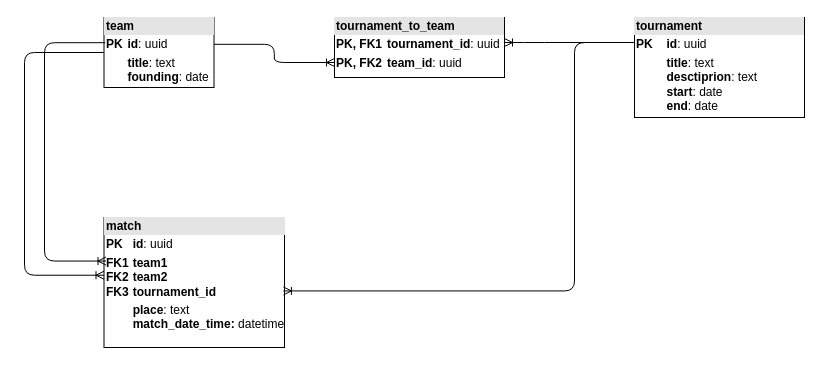
This is er.drawio from anonim767bn/django-project, a draw.io file, before an edit. Source tidied: cells renumbered, new cells numbered last; positions are measured from the earlier drawing's top-left corner, leaving out a move shared by most shapes. Both pictures are drawn from the tidied source at 100%, with x=0, y=0 at pixel (24, 17).
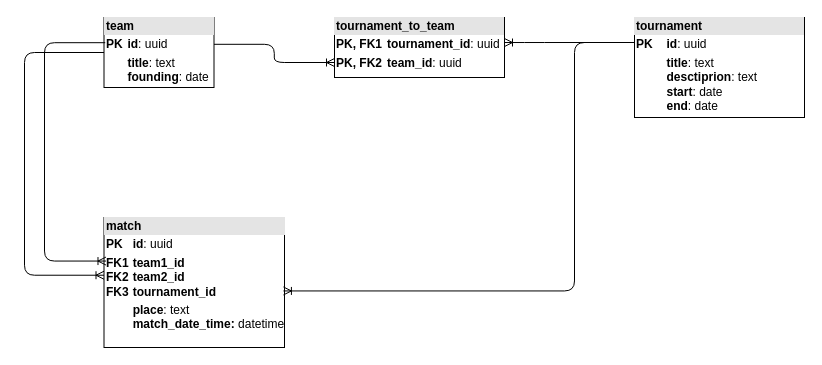
After the change.

What changed in the source:
```diff
@@
 <mxGraphModel>
   <root>
     <mxCell id="0" />
     <mxCell id="1" parent="0" />
     <mxCell id="2" style="edgeStyle=orthogonalEdgeStyle;fontSize=12;html=1;endArrow=ERoneToMany;fontColor=#000000;entryX=0;entryY=0.75;entryDx=0;entryDy=0;exitX=0.996;exitY=0.383;exitDx=0;exitDy=0;exitPerimeter=0;" parent="1" edge="1" source="3" target="5">
       <mxGeometry relative="1" as="geometry" />
     </mxCell>
     <mxCell id="3" value="&lt;div style=&quot;box-sizing:border-box;width:100%;background:#e4e4e4;padding:2px;&quot;&gt;&lt;b&gt;&lt;font color=&quot;#000000&quot;&gt;team&lt;/font&gt;&lt;/b&gt;&lt;/div&gt;&lt;table style=&quot;width:100%;font-size:1em;&quot; cellpadding=&quot;2&quot; cellspacing=&quot;0&quot;&gt;&lt;tbody&gt;&lt;tr&gt;&lt;td&gt;&lt;b&gt;PK&lt;/b&gt;&lt;/td&gt;&lt;td&gt;&lt;b&gt;id&lt;/b&gt;: uuid&lt;/td&gt;&lt;/tr&gt;&lt;tr&gt;&lt;td&gt;&lt;br&gt;&lt;/td&gt;&lt;td&gt;&lt;b&gt;title&lt;/b&gt;: text&lt;br&gt;&lt;b&gt;founding&lt;/b&gt;: date&lt;br&gt;&lt;/td&gt;&lt;/tr&gt;&lt;tr&gt;&lt;td&gt;&lt;/td&gt;&lt;td&gt;&lt;br&gt;&lt;/td&gt;&lt;/tr&gt;&lt;/tbody&gt;&lt;/table&gt;" style="verticalAlign=top;align=left;overflow=fill;html=1;" parent="1" vertex="1">
       <mxGeometry x="79.5" width="110" height="70" as="geometry" />
     </mxCell>
     <mxCell id="4" value="&lt;div style=&quot;box-sizing:border-box;width:100%;background:#e4e4e4;padding:2px;&quot;&gt;&lt;b&gt;&lt;font color=&quot;#000000&quot;&gt;tournament&lt;/font&gt;&lt;/b&gt;&lt;/div&gt;&lt;table style=&quot;width:100%;font-size:1em;&quot; cellpadding=&quot;2&quot; cellspacing=&quot;0&quot;&gt;&lt;tbody&gt;&lt;tr&gt;&lt;td&gt;&lt;b&gt;PK&lt;/b&gt;&lt;/td&gt;&lt;td&gt;&lt;b&gt;id&lt;/b&gt;: uuid&lt;/td&gt;&lt;/tr&gt;&lt;tr&gt;&lt;td&gt;&lt;br&gt;&lt;/td&gt;&lt;td&gt;&lt;b&gt;title&lt;/b&gt;: text&lt;br&gt;&lt;b&gt;desctiprion&lt;/b&gt;:&lt;b&gt;&amp;nbsp;&lt;/b&gt;text&lt;br&gt;&lt;b&gt;start&lt;/b&gt;: date&lt;br&gt;&lt;b&gt;end&lt;/b&gt;: date&lt;br&gt;&lt;/td&gt;&lt;/tr&gt;&lt;tr&gt;&lt;td&gt;&lt;/td&gt;&lt;td&gt;&lt;b&gt;&lt;br&gt;&lt;/b&gt;&lt;br&gt;&lt;/td&gt;&lt;/tr&gt;&lt;/tbody&gt;&lt;/table&gt;" style="verticalAlign=top;align=left;overflow=fill;html=1;" parent="1" vertex="1">
       <mxGeometry x="610" width="170" height="100" as="geometry" />
     </mxCell>
     <mxCell id="5" value="&lt;div style=&quot;box-sizing:border-box;width:100%;background:#e4e4e4;padding:2px;&quot;&gt;&lt;font color=&quot;#000000&quot;&gt;&lt;b&gt;tournament_to_team&lt;/b&gt;&lt;/font&gt;&lt;/div&gt;&lt;table style=&quot;width:100%;font-size:1em;&quot; cellpadding=&quot;2&quot; cellspacing=&quot;0&quot;&gt;&lt;tbody&gt;&lt;tr&gt;&lt;td&gt;&lt;b&gt;PK, FK1&lt;/b&gt;&lt;/td&gt;&lt;td&gt;&lt;b&gt;tournament_id&lt;/b&gt;: uuid&lt;/td&gt;&lt;/tr&gt;&lt;tr&gt;&lt;td&gt;&lt;b&gt;PK, FK2&lt;/b&gt;&lt;/td&gt;&lt;td&gt;&lt;b&gt;team_id&lt;/b&gt;: uuid&lt;/td&gt;&lt;/tr&gt;&lt;tr&gt;&lt;td&gt;&lt;/td&gt;&lt;td&gt;&lt;br&gt;&lt;/td&gt;&lt;/tr&gt;&lt;/tbody&gt;&lt;/table&gt;" style="verticalAlign=top;align=left;overflow=fill;html=1;" parent="1" vertex="1">
       <mxGeometry x="310" width="170" height="60" as="geometry" />
     </mxCell>
     <mxCell id="6" style="edgeStyle=entityRelationEdgeStyle;fontSize=12;html=1;endArrow=ERoneToMany;fontColor=#000000;entryX=1;entryY=0.417;entryDx=0;entryDy=0;exitX=0;exitY=0.25;exitDx=0;exitDy=0;entryPerimeter=0;" parent="1" edge="1" source="4" target="5">
       <mxGeometry relative="1" as="geometry" />
     </mxCell>
-    <mxCell id="7" value="&lt;div style=&quot;box-sizing:border-box;width:100%;background:#e4e4e4;padding:2px;&quot;&gt;&lt;font color=&quot;#000000&quot;&gt;&lt;b&gt;match&lt;/b&gt;&lt;/font&gt;&lt;/div&gt;&lt;table style=&quot;width:100%;font-size:1em;&quot; cellpadding=&quot;2&quot; cellspacing=&quot;0&quot;&gt;&lt;tbody&gt;&lt;tr&gt;&lt;td&gt;&lt;b&gt;PK&lt;/b&gt;&lt;/td&gt;&lt;td&gt;&lt;b&gt;id&lt;/b&gt;: uuid&lt;/td&gt;&lt;/tr&gt;&lt;tr&gt;&lt;td&gt;&lt;b&gt;FK1&lt;br&gt;FK2&lt;br&gt;FK3&lt;/b&gt;&lt;/td&gt;&lt;td&gt;&lt;b&gt;team1&lt;br&gt;team2&lt;br&gt;tournament_id&lt;/b&gt;&lt;/td&gt;&lt;/tr&gt;&lt;tr&gt;&lt;td&gt;&lt;/td&gt;&lt;td&gt;&lt;b&gt;place&lt;/b&gt;: text&lt;br&gt;&lt;b&gt;match_date_time: &lt;/b&gt;datetime&lt;br&gt;&lt;br&gt;&lt;/td&gt;&lt;/tr&gt;&lt;/tbody&gt;&lt;/table&gt;" style="verticalAlign=top;align=left;overflow=fill;html=1;" parent="1" vertex="1">
+    <mxCell id="7" value="&lt;div style=&quot;box-sizing:border-box;width:100%;background:#e4e4e4;padding:2px;&quot;&gt;&lt;font color=&quot;#000000&quot;&gt;&lt;b&gt;match&lt;/b&gt;&lt;/font&gt;&lt;/div&gt;&lt;table style=&quot;width:100%;font-size:1em;&quot; cellpadding=&quot;2&quot; cellspacing=&quot;0&quot;&gt;&lt;tbody&gt;&lt;tr&gt;&lt;td&gt;&lt;b&gt;PK&lt;/b&gt;&lt;/td&gt;&lt;td&gt;&lt;b&gt;id&lt;/b&gt;: uuid&lt;/td&gt;&lt;/tr&gt;&lt;tr&gt;&lt;td&gt;&lt;b&gt;FK1&lt;br&gt;FK2&lt;br&gt;FK3&lt;/b&gt;&lt;/td&gt;&lt;td&gt;&lt;b&gt;team1_id&lt;br&gt;team2_id&lt;br&gt;tournament_id&lt;/b&gt;&lt;/td&gt;&lt;/tr&gt;&lt;tr&gt;&lt;td&gt;&lt;/td&gt;&lt;td&gt;&lt;b&gt;place&lt;/b&gt;: text&lt;br&gt;&lt;b&gt;match_date_time: &lt;/b&gt;datetime&lt;br&gt;&lt;br&gt;&lt;/td&gt;&lt;/tr&gt;&lt;/tbody&gt;&lt;/table&gt;" style="verticalAlign=top;align=left;overflow=fill;html=1;" parent="1" vertex="1">
       <mxGeometry x="79.5" y="200" width="180.5" height="130" as="geometry" />
     </mxCell>
     <mxCell id="8" style="edgeStyle=elbowEdgeStyle;fontSize=12;html=1;endArrow=ERoneToMany;fontColor=#000000;entryX=0.994;entryY=0.565;entryDx=0;entryDy=0;entryPerimeter=0;exitX=0;exitY=0.25;exitDx=0;exitDy=0;" parent="1" edge="1" source="4" target="7">
       <mxGeometry relative="1" as="geometry">
         <Array as="points">
           <mxPoint x="550" y="260" />
           <mxPoint x="560" y="150" />
           <mxPoint x="530" y="150" />
         </Array>
       </mxGeometry>
     </mxCell>
     <mxCell id="9" style="edgeStyle=elbowEdgeStyle;fontSize=12;html=1;endArrow=ERoneToMany;exitX=0.011;exitY=0.36;exitDx=0;exitDy=0;entryX=0.011;entryY=0.335;entryDx=0;entryDy=0;entryPerimeter=0;exitPerimeter=0;" parent="1" edge="1" source="3" target="7">
       <mxGeometry relative="1" as="geometry">
         <Array as="points">
           <mxPoint x="20" y="90" />
         </Array>
       </mxGeometry>
     </mxCell>
     <mxCell id="10" style="edgeStyle=elbowEdgeStyle;fontSize=12;html=1;endArrow=ERoneToMany;entryX=0;entryY=0.444;entryDx=0;entryDy=0;entryPerimeter=0;exitX=0;exitY=0.5;exitDx=0;exitDy=0;" parent="1" edge="1" source="3" target="7">
       <mxGeometry relative="1" as="geometry">
         <Array as="points">
           <mxPoint y="140" />
         </Array>
       </mxGeometry>
     </mxCell>
   </root>
 </mxGraphModel>
```
